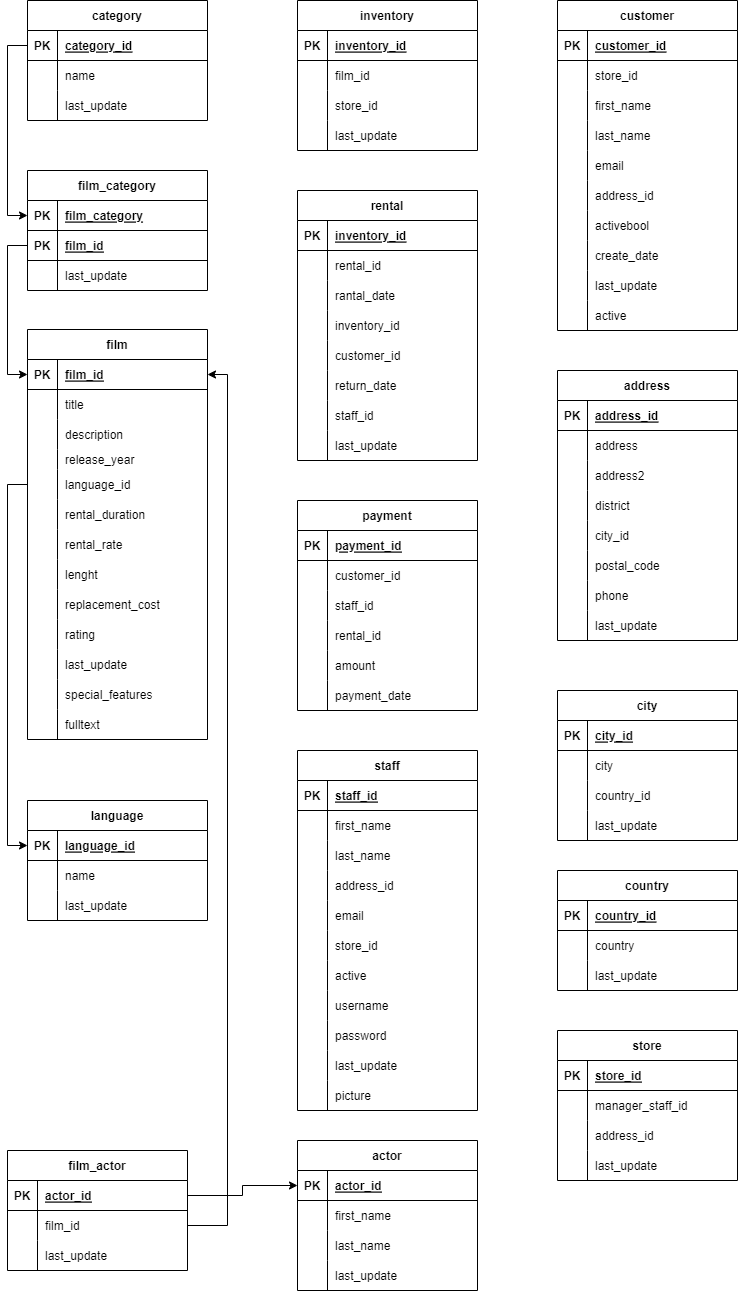
Before: DVD Rental ER Model.drawio.png, a diagram exported from draw.io (MarianSulik/DE_diagrams). Source tidied: cells renumbered, new cells last; positions are measured from the earlier drawing's top-left corner, leaving out a move shared by most shapes.
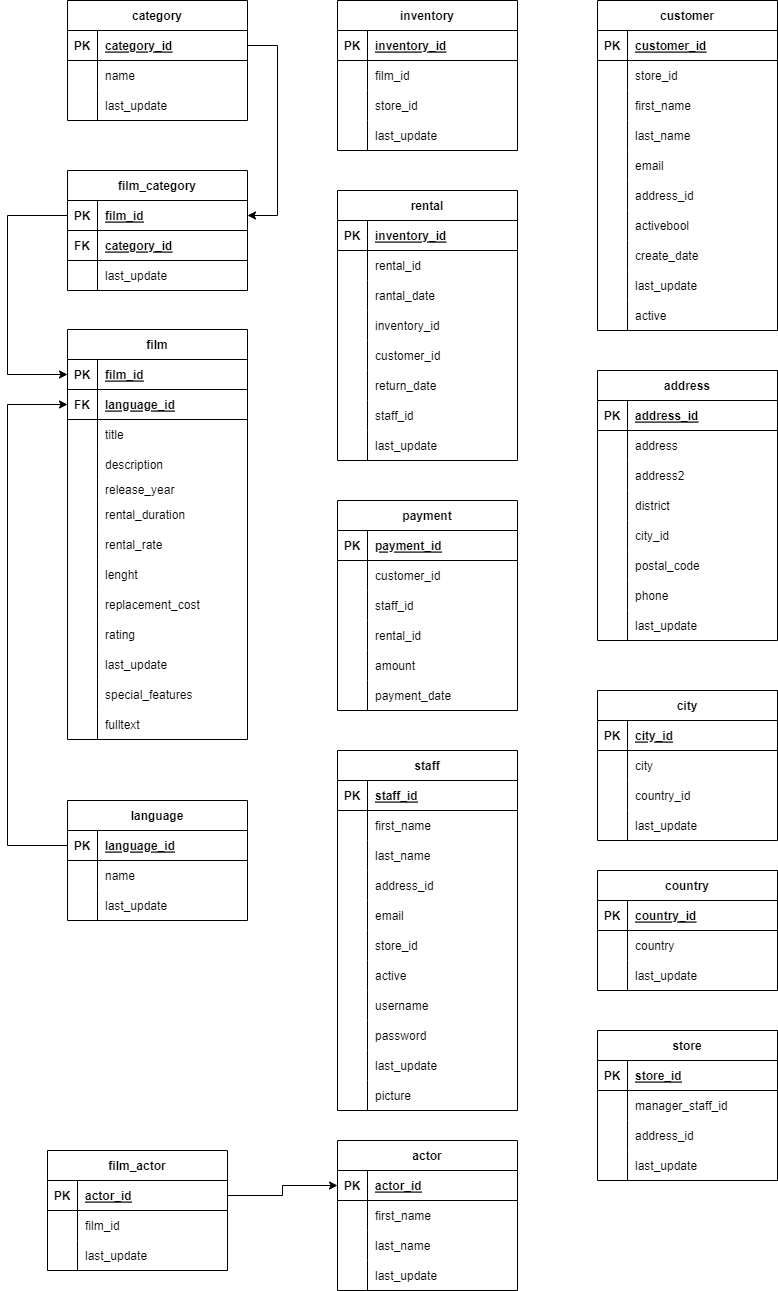
The same diagram one commit later.

Diff of the diagram source:
```diff
@@ -41,16 +41,16 @@
     <mxCell id="14" value="PK" style="shape=partialRectangle;fillColor=none;top=0;left=0;bottom=0;right=0;fontStyle=1;overflow=hidden;" parent="13" vertex="1">
       <mxGeometry width="30" height="30" as="geometry" />
     </mxCell>
-    <mxCell id="15" value="film_category" style="shape=partialRectangle;fillColor=none;top=0;left=0;bottom=0;right=0;align=left;spacingLeft=6;fontStyle=5;overflow=hidden;" parent="13" vertex="1">
+    <mxCell id="15" value="film_id" style="shape=partialRectangle;fillColor=none;top=0;left=0;bottom=0;right=0;align=left;spacingLeft=6;fontStyle=5;overflow=hidden;" parent="13" vertex="1">
       <mxGeometry x="30" width="150" height="30" as="geometry" />
     </mxCell>
     <mxCell id="16" style="shape=tableRow;horizontal=0;startSize=0;swimlaneHead=0;swimlaneBody=0;fillColor=none;points=[[0,0.5],[1,0.5]];portConstraint=eastwest;top=0;left=0;right=0;bottom=1;" parent="12" vertex="1">
       <mxGeometry y="60" width="180" height="30" as="geometry" />
     </mxCell>
-    <mxCell id="17" value="PK" style="shape=partialRectangle;fillColor=none;top=0;left=0;bottom=0;right=0;fontStyle=1;overflow=hidden;" parent="16" vertex="1">
+    <mxCell id="17" value="FK" style="shape=partialRectangle;fillColor=none;top=0;left=0;bottom=0;right=0;fontStyle=1;overflow=hidden;" parent="16" vertex="1">
       <mxGeometry width="30" height="30" as="geometry" />
     </mxCell>
-    <mxCell id="18" value="film_id" style="shape=partialRectangle;fillColor=none;top=0;left=0;bottom=0;right=0;align=left;spacingLeft=6;fontStyle=5;overflow=hidden;" parent="16" vertex="1">
+    <mxCell id="18" value="category_id" style="shape=partialRectangle;fillColor=none;top=0;left=0;bottom=0;right=0;align=left;spacingLeft=6;fontStyle=5;overflow=hidden;" parent="16" vertex="1">
       <mxGeometry x="30" width="150" height="30" as="geometry" />
     </mxCell>
     <mxCell id="19" style="shape=tableRow;horizontal=0;startSize=0;swimlaneHead=0;swimlaneBody=0;fillColor=none;top=0;left=0;right=0;bottom=0;" parent="12" vertex="1">
@@ -95,17 +95,26 @@
     <mxCell id="32" value="film" style="shape=table;startSize=30;rowLines=0;fontStyle=1;align=center;" parent="1" vertex="1">
       <mxGeometry x="20" y="329" width="180" height="410" as="geometry" />
     </mxCell>
+    <mxCell id="283" style="shape=tableRow;horizontal=0;startSize=0;swimlaneHead=0;swimlaneBody=0;fillColor=none;points=[[0,0.5],[1,0.5]];portConstraint=eastwest;top=0;left=0;right=0;bottom=1;" parent="32" vertex="1">
+      <mxGeometry y="30" width="180" height="30" as="geometry" />
+    </mxCell>
+    <mxCell id="284" value="PK" style="shape=partialRectangle;fillColor=none;top=0;left=0;bottom=0;right=0;fontStyle=1;overflow=hidden;" parent="283" vertex="1">
+      <mxGeometry width="30" height="30" as="geometry" />
+    </mxCell>
+    <mxCell id="285" value="film_id" style="shape=partialRectangle;fillColor=none;top=0;left=0;bottom=0;right=0;align=left;spacingLeft=6;fontStyle=5;overflow=hidden;" parent="283" vertex="1">
+      <mxGeometry x="30" width="150" height="30" as="geometry" />
+    </mxCell>
     <mxCell id="33" style="shape=tableRow;horizontal=0;startSize=0;swimlaneHead=0;swimlaneBody=0;fillColor=none;points=[[0,0.5],[1,0.5]];portConstraint=eastwest;top=0;left=0;right=0;bottom=1;" parent="32" vertex="1">
-      <mxGeometry y="30" width="180" height="30" as="geometry" />
+      <mxGeometry y="60" width="180" height="30" as="geometry" />
     </mxCell>
-    <mxCell id="34" value="PK" style="shape=partialRectangle;fillColor=none;top=0;left=0;bottom=0;right=0;fontStyle=1;overflow=hidden;" parent="33" vertex="1">
+    <mxCell id="34" value="FK" style="shape=partialRectangle;fillColor=none;top=0;left=0;bottom=0;right=0;fontStyle=1;overflow=hidden;" parent="33" vertex="1">
       <mxGeometry width="30" height="30" as="geometry" />
     </mxCell>
-    <mxCell id="35" value="film_id" style="shape=partialRectangle;fillColor=none;top=0;left=0;bottom=0;right=0;align=left;spacingLeft=6;fontStyle=5;overflow=hidden;" parent="33" vertex="1">
+    <mxCell id="35" value="language_id" style="shape=partialRectangle;fillColor=none;top=0;left=0;bottom=0;right=0;align=left;spacingLeft=6;fontStyle=5;overflow=hidden;" parent="33" vertex="1">
       <mxGeometry x="30" width="150" height="30" as="geometry" />
     </mxCell>
     <mxCell id="36" style="shape=tableRow;horizontal=0;startSize=0;swimlaneHead=0;swimlaneBody=0;fillColor=none;top=0;left=0;right=0;bottom=0;" parent="32" vertex="1">
-      <mxGeometry y="60" width="180" height="30" as="geometry" />
+      <mxGeometry y="90" width="180" height="30" as="geometry" />
     </mxCell>
     <mxCell id="37" style="shape=partialRectangle;fillColor=none;top=0;left=0;bottom=0;right=0;overflow=hidden;" parent="36" vertex="1">
       <mxGeometry width="30" height="30" as="geometry" />
@@ -114,7 +123,7 @@
       <mxGeometry x="30" width="150" height="30" as="geometry" />
     </mxCell>
     <mxCell id="39" style="shape=tableRow;horizontal=0;startSize=0;swimlaneHead=0;swimlaneBody=0;fillColor=none;top=0;left=0;right=0;bottom=0;" parent="32" vertex="1">
-      <mxGeometry y="90" width="180" height="30" as="geometry" />
+      <mxGeometry y="120" width="180" height="30" as="geometry" />
     </mxCell>
     <mxCell id="40" style="shape=partialRectangle;fillColor=none;top=0;left=0;bottom=0;right=0;overflow=hidden;" parent="39" vertex="1">
       <mxGeometry width="30" height="30" as="geometry" />
@@ -123,7 +132,7 @@
       <mxGeometry x="30" width="150" height="30" as="geometry" />
     </mxCell>
     <mxCell id="42" style="shape=tableRow;horizontal=0;startSize=0;swimlaneHead=0;swimlaneBody=0;fillColor=none;top=0;left=0;right=0;bottom=0;" parent="32" vertex="1">
-      <mxGeometry y="120" width="180" height="20" as="geometry" />
+      <mxGeometry y="150" width="180" height="20" as="geometry" />
     </mxCell>
     <mxCell id="43" style="shape=partialRectangle;fillColor=none;top=0;left=0;bottom=0;right=0;overflow=hidden;" parent="42" vertex="1">
       <mxGeometry width="30" height="20" as="geometry" />
@@ -131,15 +140,6 @@
     <mxCell id="44" value="release_year" style="shape=partialRectangle;fillColor=none;top=0;left=0;bottom=0;right=0;align=left;spacingLeft=6;overflow=hidden;" parent="42" vertex="1">
       <mxGeometry x="30" width="150" height="20" as="geometry" />
     </mxCell>
-    <mxCell id="45" style="shape=tableRow;horizontal=0;startSize=0;swimlaneHead=0;swimlaneBody=0;fillColor=none;points=[[0,0.5],[1,0.5]];portConstraint=eastwest;top=0;left=0;right=0;bottom=0;" parent="32" vertex="1">
-      <mxGeometry y="140" width="180" height="30" as="geometry" />
-    </mxCell>
-    <mxCell id="46" style="shape=partialRectangle;fillColor=none;top=0;left=0;bottom=0;right=0;overflow=hidden;" parent="45" vertex="1">
-      <mxGeometry width="30" height="30" as="geometry" />
-    </mxCell>
-    <mxCell id="47" value="language_id" style="shape=partialRectangle;fillColor=none;top=0;left=0;bottom=0;right=0;align=left;spacingLeft=6;overflow=hidden;" parent="45" vertex="1">
-      <mxGeometry x="30" width="150" height="30" as="geometry" />
-    </mxCell>
     <mxCell id="48" style="shape=tableRow;horizontal=0;startSize=0;swimlaneHead=0;swimlaneBody=0;fillColor=none;top=0;left=0;right=0;bottom=0;" parent="32" vertex="1">
       <mxGeometry y="170" width="180" height="30" as="geometry" />
     </mxCell>
@@ -830,20 +830,32 @@
     <mxCell id="277" value="last_update" style="shape=partialRectangle;fillColor=none;top=0;left=0;bottom=0;right=0;align=left;spacingLeft=6;overflow=hidden;" parent="275" vertex="1">
       <mxGeometry x="30" width="150" height="30" as="geometry" />
     </mxCell>
+    <mxCell id="281" style="edgeStyle=orthogonalEdgeStyle;rounded=0;jettySize=auto;html=1;exitX=1;exitY=0.5;exitDx=0;exitDy=0;entryX=0;entryY=0.5;entryDx=0;entryDy=0;" parent="1" edge="1" source="73" target="174">
+      <mxGeometry relative="1" as="geometry" />
+    </mxCell>
+    <mxCell id="286" style="edgeStyle=orthogonalEdgeStyle;rounded=0;jettySize=auto;html=1;exitX=0;exitY=0.5;exitDx=0;exitDy=0;entryX=0;entryY=0.5;entryDx=0;entryDy=0;" parent="1" edge="1" source="13" target="283">
+      <mxGeometry relative="1" as="geometry">
+        <Array as="points">
+          <mxPoint x="-40" y="215" />
+          <mxPoint x="-40" y="374" />
+        </Array>
+      </mxGeometry>
+    </mxCell>
-    <mxCell id="278" style="edgeStyle=orthogonalEdgeStyle;rounded=0;jettySize=auto;html=1;exitX=0;exitY=0.5;exitDx=0;exitDy=0;entryX=0;entryY=0.5;entryDx=0;entryDy=0;" parent="1" edge="1" source="3" target="13">
-      <mxGeometry relative="1" as="geometry" />
+    <mxCell id="278" style="edgeStyle=orthogonalEdgeStyle;rounded=0;jettySize=auto;html=1;exitX=1;exitY=0.5;exitDx=0;exitDy=0;entryX=1;entryY=0.5;entryDx=0;entryDy=0;" parent="1" edge="1" source="3" target="13">
+      <mxGeometry relative="1" as="geometry">
+        <Array as="points">
+          <mxPoint x="230" y="45" />
+          <mxPoint x="230" y="215" />
+        </Array>
+      </mxGeometry>
     </mxCell>
-    <mxCell id="279" style="edgeStyle=orthogonalEdgeStyle;rounded=0;jettySize=auto;html=1;exitX=0;exitY=0.5;exitDx=0;exitDy=0;entryX=0;entryY=0.5;entryDx=0;entryDy=0;" parent="1" edge="1" source="16" target="33">
-      <mxGeometry relative="1" as="geometry" />
-    </mxCell>
-    <mxCell id="280" style="edgeStyle=orthogonalEdgeStyle;rounded=0;jettySize=auto;html=1;exitX=0;exitY=0.5;exitDx=0;exitDy=0;entryX=0;entryY=0.5;entryDx=0;entryDy=0;" parent="1" edge="1" source="45" target="23">
-      <mxGeometry relative="1" as="geometry" />
-    </mxCell>
-    <mxCell id="281" style="edgeStyle=orthogonalEdgeStyle;rounded=0;jettySize=auto;html=1;exitX=1;exitY=0.5;exitDx=0;exitDy=0;entryX=0;entryY=0.5;entryDx=0;entryDy=0;" parent="1" edge="1" source="73" target="174">
-      <mxGeometry relative="1" as="geometry" />
-    </mxCell>
-    <mxCell id="282" style="edgeStyle=orthogonalEdgeStyle;rounded=0;jettySize=auto;html=1;exitX=1;exitY=0.5;exitDx=0;exitDy=0;entryX=1;entryY=0.5;entryDx=0;entryDy=0;" parent="1" edge="1" source="76" target="33">
-      <mxGeometry relative="1" as="geometry" />
-    </mxCell>
+    <mxCell id="287" style="edgeStyle=orthogonalEdgeStyle;rounded=0;jettySize=auto;html=1;exitX=0;exitY=0.5;exitDx=0;exitDy=0;entryX=0;entryY=0.5;entryDx=0;entryDy=0;" parent="1" edge="1" source="23" target="33">
+      <mxGeometry relative="1" as="geometry">
+        <Array as="points">
+          <mxPoint x="-40" y="845" />
+          <mxPoint x="-40" y="404" />
+        </Array>
+      </mxGeometry>
+    </mxCell>
   </root>
 </mxGraphModel>
```
